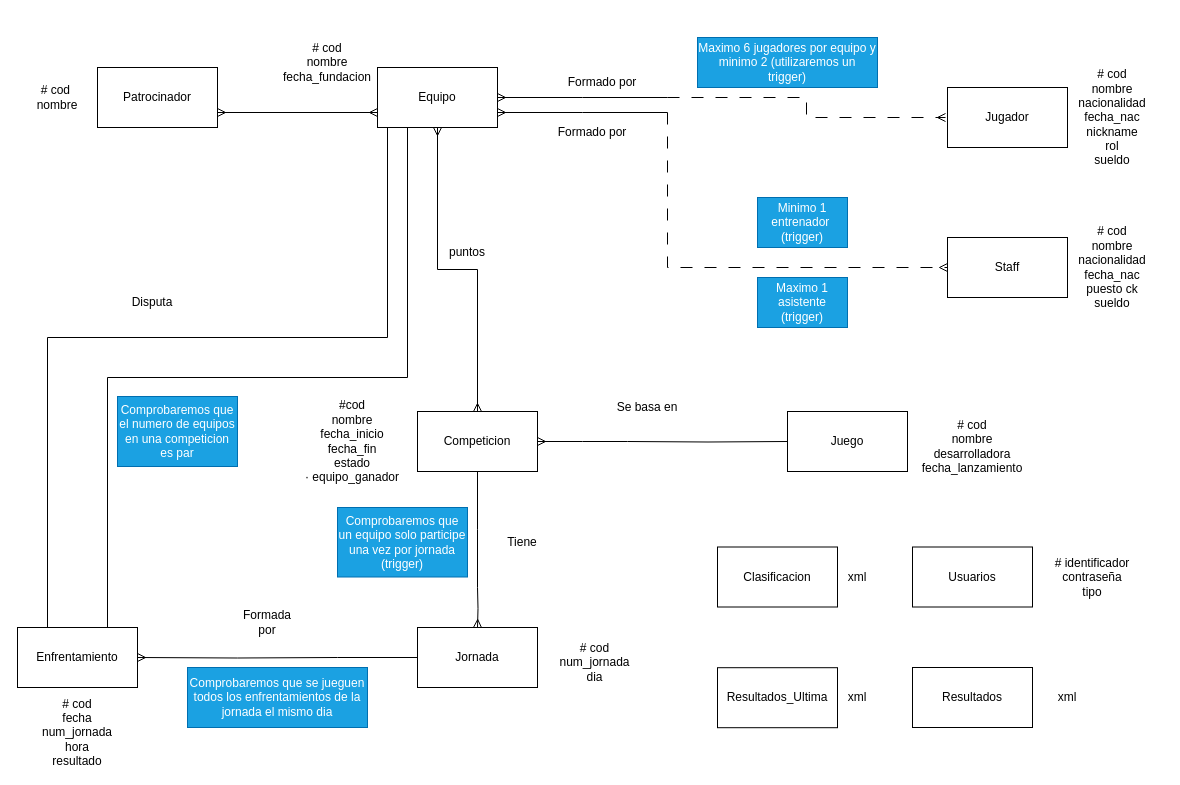
Above: Base de Datos/Fase 1/MER.drawio in ByteBrawl-Consulting/Consultoria-E-Sports (draw.io), before the change. Source tidied: cells renumbered, new cells numbered last; positions are measured from the earlier drawing's top-left corner, leaving out a move shared by most shapes. Both pictures are drawn from the tidied source at 100%, with x=0, y=0 at pixel (17, 17).
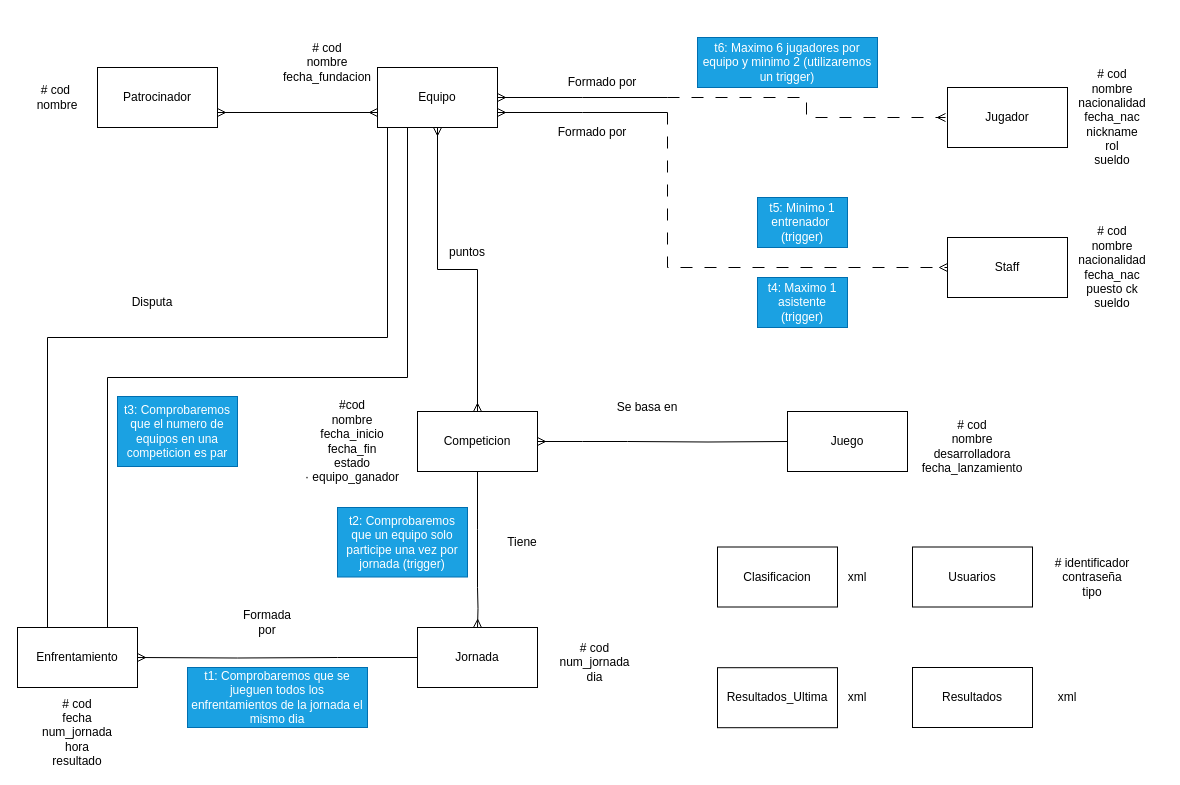
After the change.

Commit message (it also covers changes not shown here):
MER Añadiendo Referencias Triggers

What changed in the source:
```diff
@@
-    <mxCell id="28" value="Maximo 6 jugadores por equipo y minimo 2 (utilizaremos un trigger)" style="text;html=1;align=center;verticalAlign=middle;whiteSpace=wrap;rounded=0;fillColor=#1ba1e2;strokeColor=#006EAF;fontColor=#ffffff;" parent="1" vertex="1">
+    <mxCell id="28" value="t6: Maximo 6 jugadores por equipo y minimo 2 (utilizaremos un trigger)" style="text;html=1;align=center;verticalAlign=middle;whiteSpace=wrap;rounded=0;fillColor=#1ba1e2;strokeColor=#006EAF;fontColor=#ffffff;" parent="1" vertex="1">
       <mxGeometry x="680" y="20" width="180" height="50" as="geometry" />
     </mxCell>
-    <mxCell id="29" value="Comprobaremos que un equipo solo participe una vez por jornada (trigger)" style="text;html=1;align=center;verticalAlign=middle;whiteSpace=wrap;rounded=0;fillColor=#1ba1e2;strokeColor=#006EAF;fontColor=#ffffff;" parent="1" vertex="1">
+    <mxCell id="29" value="t2: Comprobaremos que un equipo solo participe una vez por jornada (trigger)" style="text;html=1;align=center;verticalAlign=middle;whiteSpace=wrap;rounded=0;fillColor=#1ba1e2;strokeColor=#006EAF;fontColor=#ffffff;" parent="1" vertex="1">
       <mxGeometry x="320" y="490" width="130" height="69.5" as="geometry" />
     </mxCell>
-    <mxCell id="30" value="Minimo 1 entrenador&amp;nbsp; (trigger)" style="text;html=1;align=center;verticalAlign=middle;whiteSpace=wrap;rounded=0;fillColor=#1ba1e2;strokeColor=#006EAF;fontColor=#ffffff;" parent="1" vertex="1">
+    <mxCell id="30" value="t5: Minimo 1 entrenador&amp;nbsp; (trigger)" style="text;html=1;align=center;verticalAlign=middle;whiteSpace=wrap;rounded=0;fillColor=#1ba1e2;strokeColor=#006EAF;fontColor=#ffffff;" parent="1" vertex="1">
       <mxGeometry x="740" y="180" width="90" height="50" as="geometry" />
     </mxCell>
-    <mxCell id="31" value="Comprobaremos que se jueguen todos los enfrentamientos de la jornada el mismo dia" style="text;html=1;align=center;verticalAlign=middle;whiteSpace=wrap;rounded=0;fillColor=#1ba1e2;strokeColor=#006EAF;fontColor=#ffffff;" parent="1" vertex="1">
+    <mxCell id="31" value="t1: Comprobaremos que se jueguen todos los enfrentamientos de la jornada el mismo dia" style="text;html=1;align=center;verticalAlign=middle;whiteSpace=wrap;rounded=0;fillColor=#1ba1e2;strokeColor=#006EAF;fontColor=#ffffff;" parent="1" vertex="1">
       <mxGeometry x="170" y="650" width="180" height="60" as="geometry" />
     </mxCell>
-    <mxCell id="32" value="Comprobaremos que el numero de equipos en una competicion es par" style="text;html=1;align=center;verticalAlign=middle;whiteSpace=wrap;rounded=0;fillColor=#1ba1e2;strokeColor=#006EAF;fontColor=#ffffff;" parent="1" vertex="1">
+    <mxCell id="32" value="t3: Comprobaremos que el numero de equipos en una competicion es par" style="text;html=1;align=center;verticalAlign=middle;whiteSpace=wrap;rounded=0;fillColor=#1ba1e2;strokeColor=#006EAF;fontColor=#ffffff;" parent="1" vertex="1">
       <mxGeometry x="100" y="379" width="120" height="70" as="geometry" />
     </mxCell>
@@
-    <mxCell id="51" value="Maximo 1 asistente&lt;div&gt;(trigger)&lt;/div&gt;" style="text;html=1;align=center;verticalAlign=middle;whiteSpace=wrap;rounded=0;fillColor=#1ba1e2;fontColor=#ffffff;strokeColor=#006EAF;" parent="1" vertex="1">
+    <mxCell id="51" value="t4: Maximo 1 asistente&lt;div&gt;(trigger)&lt;/div&gt;" style="text;html=1;align=center;verticalAlign=middle;whiteSpace=wrap;rounded=0;fillColor=#1ba1e2;fontColor=#ffffff;strokeColor=#006EAF;" parent="1" vertex="1">
       <mxGeometry x="740" y="260" width="90" height="50" as="geometry" />
     </mxCell>
```
